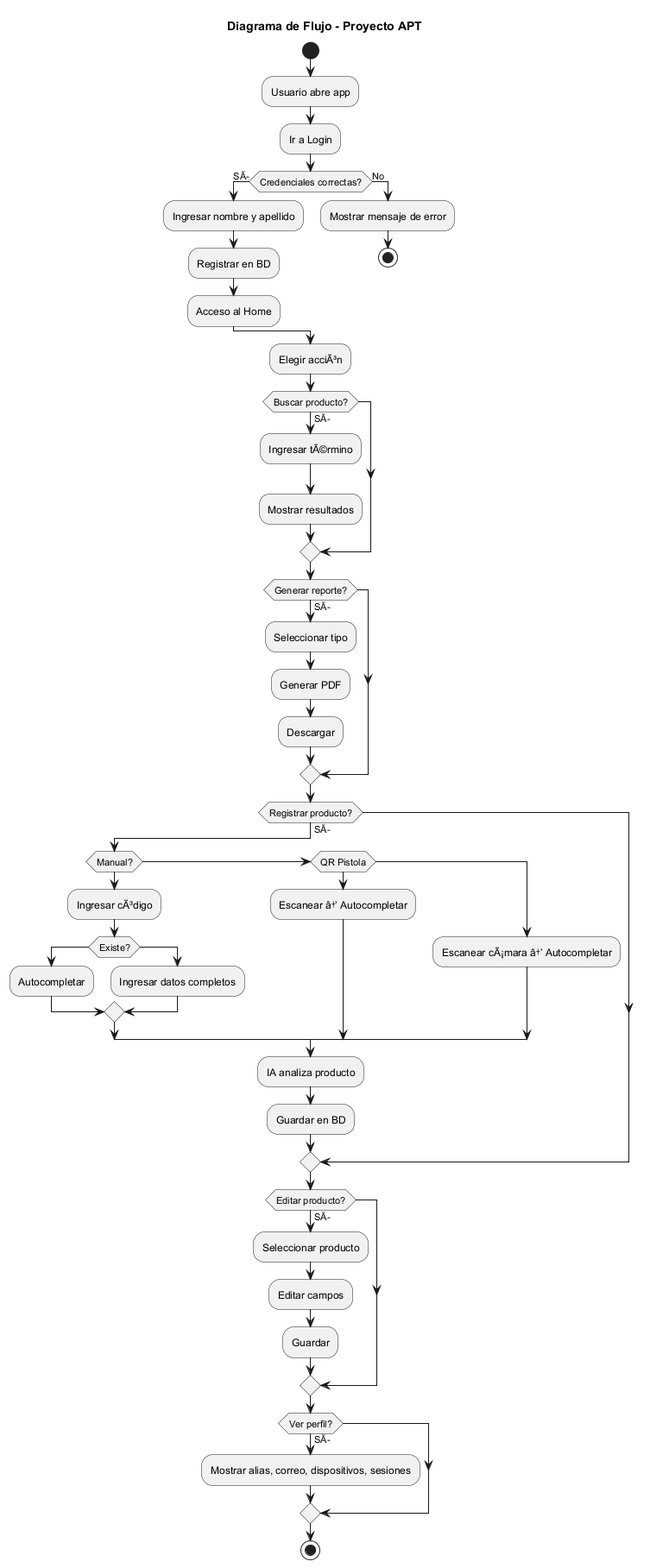
Tihare-Campusano/NEXA keeps this PlantUML diagram as inventario-app/docs/diagramas_img/Diagrama_de_flujo_v2.png. Above is the earlier version.
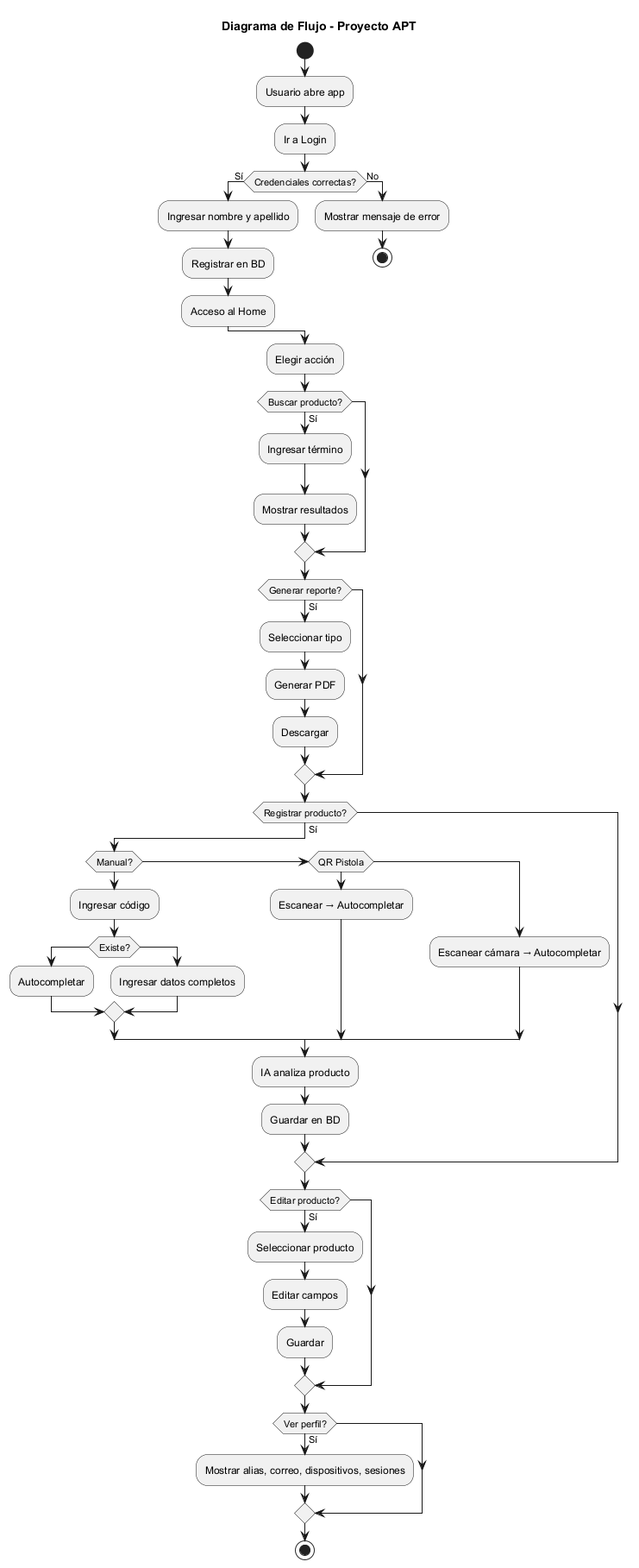
The same diagram one commit later.

The edit, as a diff of the source:
```diff
@@ -5,7 +5,7 @@
 :Usuario abre app;
 :Ir a Login;
 
-if (Credenciales correctas?) then (SÃ­)
+if (Credenciales correctas?) then (Sí)
     :Ingresar nombre y apellido;
     :Registrar en BD;
     :Acceso al Home;
@@ -14,43 +14,43 @@
     stop
 endif
 
-:Elegir acciÃ³n;
+:Elegir acción;
 
-if (Buscar producto?) then (SÃ­)
-    :Ingresar tÃ©rmino;
+if (Buscar producto?) then (Sí)
+    :Ingresar término;
     :Mostrar resultados;
 endif
 
-if (Generar reporte?) then (SÃ­)
+if (Generar reporte?) then (Sí)
     :Seleccionar tipo;
     :Generar PDF;
     :Descargar;
 endif
 
-if (Registrar producto?) then (SÃ­)
+if (Registrar producto?) then (Sí)
     if (Manual?) then
-        :Ingresar cÃ³digo;
+        :Ingresar código;
         if (Existe?) then
             :Autocompletar;
         else
             :Ingresar datos completos;
         endif
     elseif (QR Pistola) then
-        :Escanear â†’ Autocompletar;
+        :Escanear → Autocompletar;
     else
-        :Escanear cÃ¡mara â†’ Autocompletar;
+        :Escanear cámara → Autocompletar;
     endif
     :IA analiza producto;
     :Guardar en BD;
 endif
 
-if (Editar producto?) then (SÃ­)
+if (Editar producto?) then (Sí)
     :Seleccionar producto;
     :Editar campos;
     :Guardar;
 endif
 
-if (Ver perfil?) then (SÃ­)
+if (Ver perfil?) then (Sí)
     :Mostrar alias, correo, dispositivos, sesiones;
 endif
 
```
